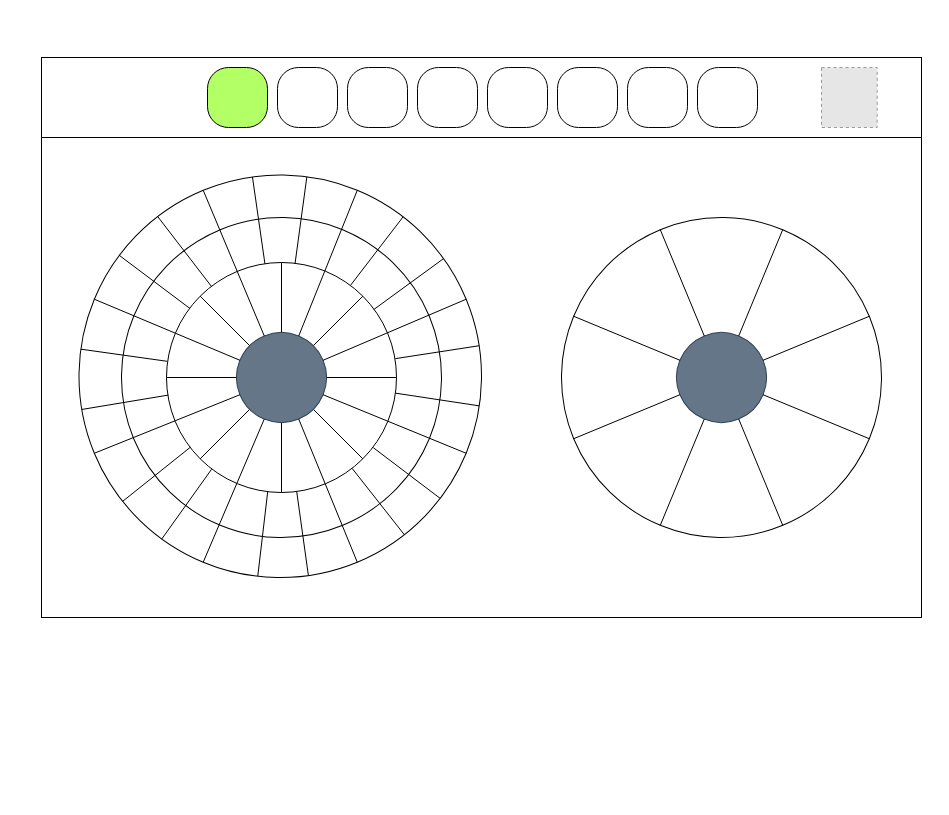
Above: docs/documentation/joystick_wireframe.drawio in vatsalunadkat/ERICKeyboard (draw.io), before the change. Source tidied: cells renumbered, new cells numbered last; positions are measured from the earlier drawing's top-left corner, leaving out a move shared by most shapes. Both pictures are drawn from the tidied source at 100%, with x=0, y=0 at pixel (41, 57). Pictures stored in the file or linked from it are replaced by grey dashed boxes.
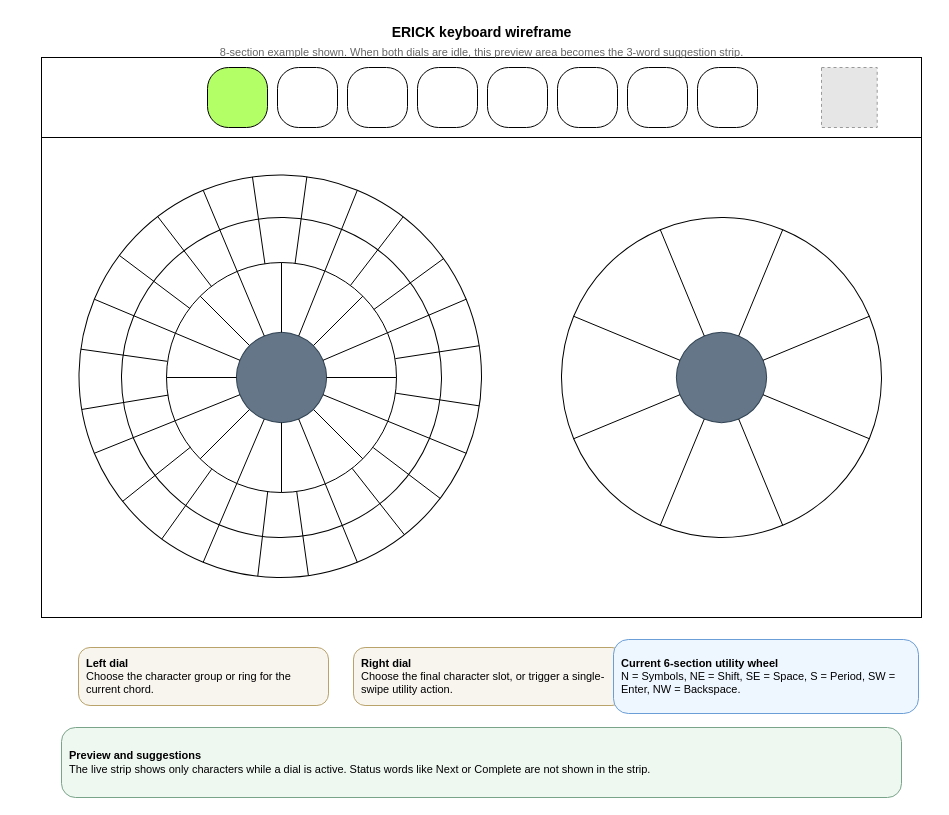
Above is the later version.

What changed in the source:
```diff
@@
+    <mxCell id="57" value="ERICK keyboard wireframe" style="text;html=1;align=center;verticalAlign=middle;strokeColor=none;fillColor=none;fontSize=14;fontStyle=1;" parent="1" vertex="1">
+      <mxGeometry x="280" y="-40" width="320" height="30" as="geometry" />
+    </mxCell>
+    <mxCell id="58" value="8-section example shown. When both dials are idle, this preview area becomes the 3-word suggestion strip." style="text;html=1;align=center;verticalAlign=middle;strokeColor=none;fillColor=none;fontSize=11;fontColor=#666666;" parent="1" vertex="1">
+      <mxGeometry x="60" y="-20" width="760" height="30" as="geometry" />
+    </mxCell>
+    <mxCell id="59" value="&lt;b&gt;Left dial&lt;/b&gt;&lt;br&gt;Choose the character group or ring for the current chord." style="rounded=1;whiteSpace=wrap;html=1;arcSize=20;fillColor=#f8f5ef;strokeColor=#b9a36b;fontSize=11;align=left;verticalAlign=middle;spacing=8;" parent="1" vertex="1">
+      <mxGeometry x="37" y="590" width="250" height="58" as="geometry" />
+    </mxCell>
+    <mxCell id="60" value="&lt;b&gt;Right dial&lt;/b&gt;&lt;br&gt;Choose the final character slot, or trigger a single-swipe utility action." style="rounded=1;whiteSpace=wrap;html=1;arcSize=20;fillColor=#f8f5ef;strokeColor=#b9a36b;fontSize=11;align=left;verticalAlign=middle;spacing=8;" parent="1" vertex="1">
+      <mxGeometry x="312" y="590" width="270" height="58" as="geometry" />
+    </mxCell>
+    <mxCell id="61" value="&lt;b&gt;Current 6-section utility wheel&lt;/b&gt;&lt;br&gt;N = Symbols, NE = Shift, SE = Space, S = Period, SW = Enter, NW = Backspace." style="rounded=1;whiteSpace=wrap;html=1;arcSize=20;fillColor=#eef6ff;strokeColor=#6b9ed6;fontSize=11;align=left;verticalAlign=middle;spacing=8;" parent="1" vertex="1">
+      <mxGeometry x="572" y="582" width="305" height="74" as="geometry" />
+    </mxCell>
+    <mxCell id="62" value="&lt;b&gt;Preview and suggestions&lt;/b&gt;&lt;br&gt;The live strip shows only characters while a dial is active. Status words like Next or Complete are not shown in the strip." style="rounded=1;whiteSpace=wrap;html=1;arcSize=20;fillColor=#eef8f1;strokeColor=#7aa489;fontSize=11;align=left;verticalAlign=middle;spacing=8;" parent="1" vertex="1">
+      <mxGeometry x="20" y="670" width="840" height="70" as="geometry" />
+    </mxCell>
```
